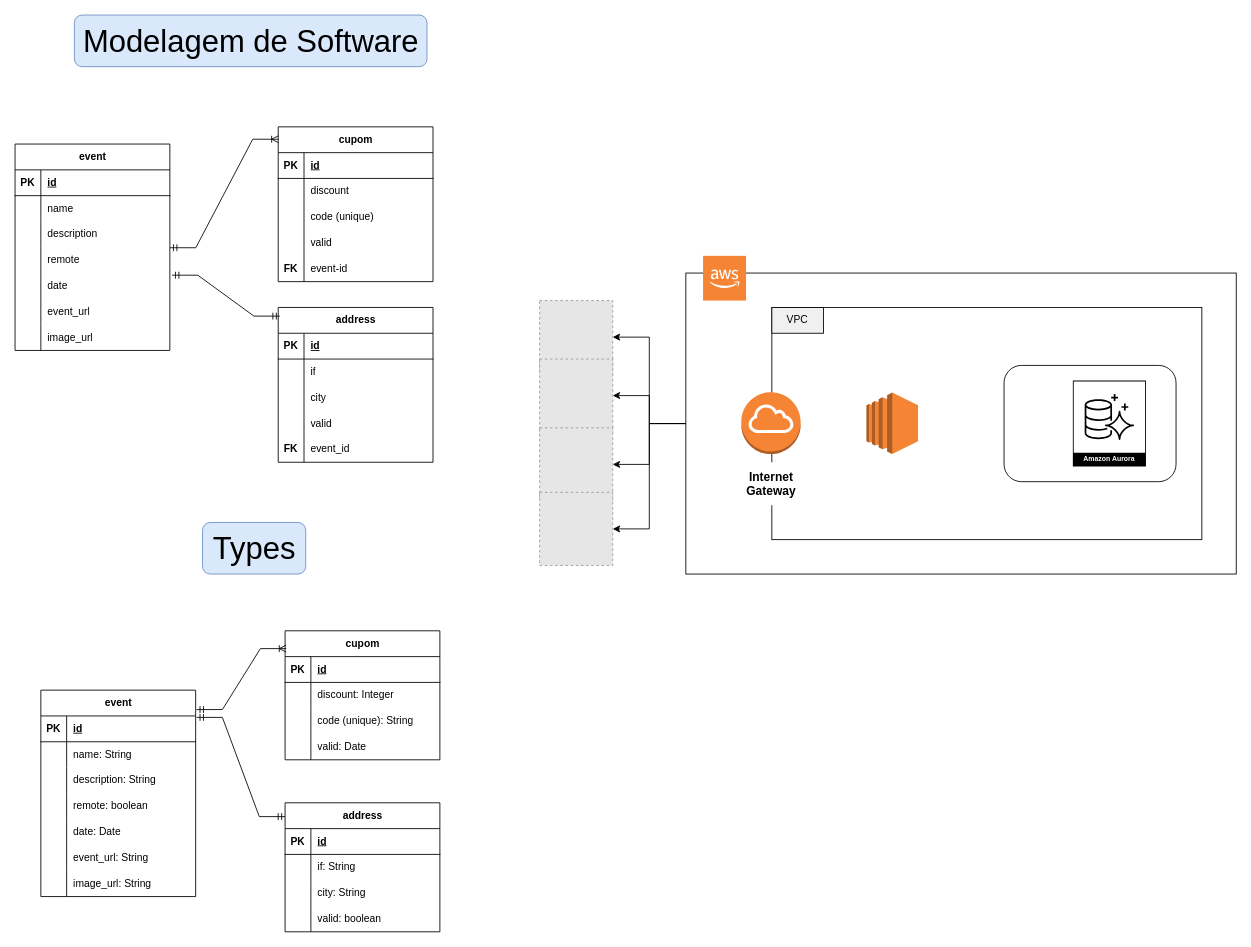
Before: event.drawio in PabloJesusdaSilva/api, a draw.io diagram. Source tidied: cells renumbered, new cells numbered last; positions are measured from the earlier drawing's top-left corner, leaving out a move shared by most shapes. Both pictures are drawn from the tidied source at 86%, with x=0, y=0 at pixel (15, 15). Pictures stored in the file or linked from it are replaced by grey dashed boxes.
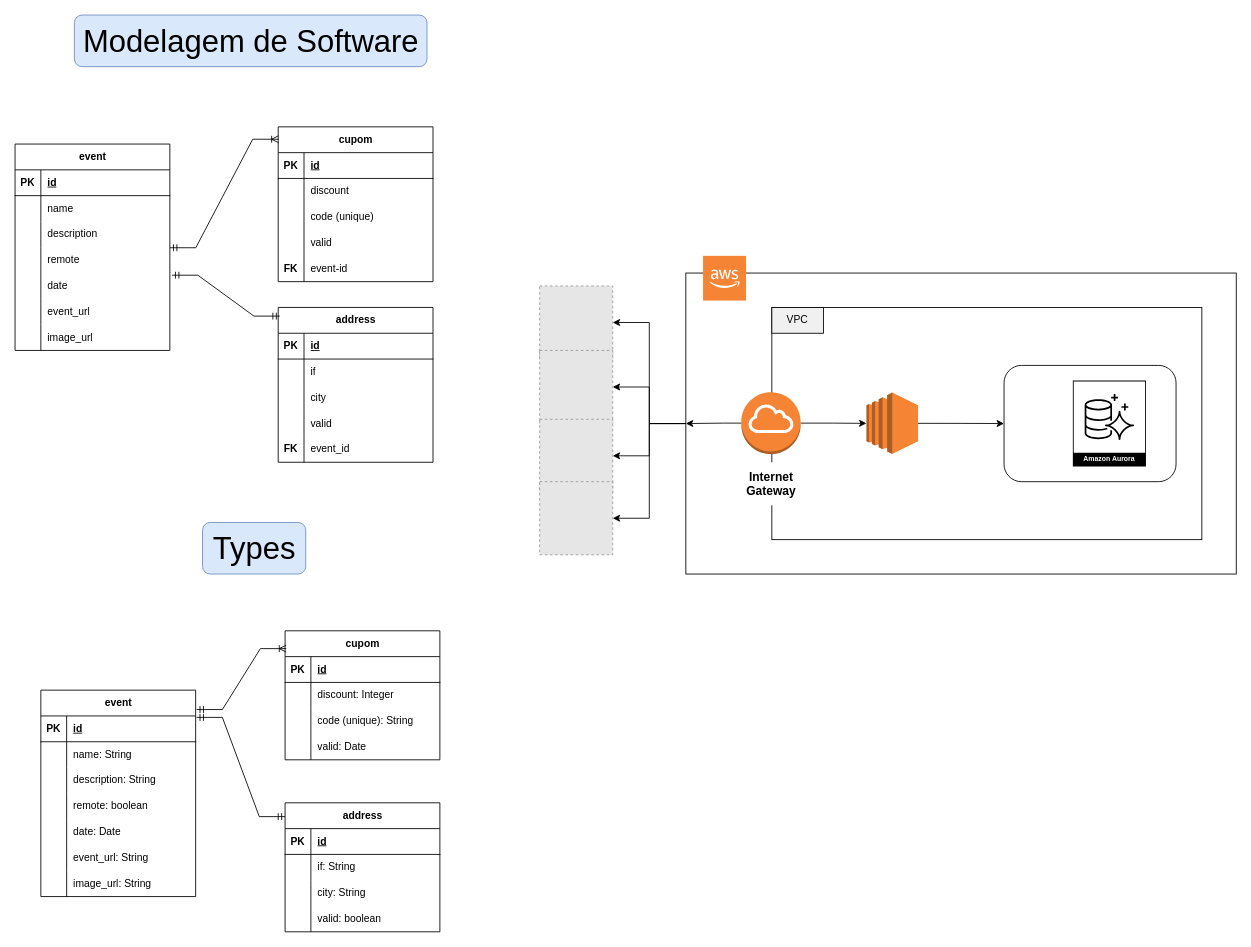
The same diagram, later.

The change refers to these unchanged cells:
```xml
<mxCell id="114" style="rounded=0;whiteSpace=wrap;html=1;fillColor=none;" parent="1" vertex="1">
  <mxGeometry x="780" y="300" width="640" height="350" as="geometry" />
</mxCell>
<mxCell id="117" style="outlineConnect=0;dashed=0;verticalLabelPosition=bottom;verticalAlign=top;align=center;html=1;shape=mxgraph.aws3.ec2;fillColor=#F58534;gradientColor=none;" parent="1" vertex="1">
  <mxGeometry x="990" y="439" width="60" height="71.5" as="geometry" />
</mxCell>
<mxCell id="118" style="rounded=1;whiteSpace=wrap;html=1;fillColor=none;" parent="1" vertex="1">
  <mxGeometry x="1150" y="407.4" width="200" height="135.2" as="geometry" />
</mxCell>
<mxCell id="119" style="outlineConnect=0;dashed=0;verticalLabelPosition=bottom;verticalAlign=top;align=center;html=1;shape=mxgraph.aws3.internet_gateway;fillColor=#F58534;gradientColor=none;" parent="1" vertex="1">
  <mxGeometry x="844.5" y="438.5" width="69" height="72" as="geometry" />
</mxCell>
```

Diff of the diagram source:
```diff
@@
+    <mxCell id="127" style="edgeStyle=orthogonalEdgeStyle;rounded=0;jettySize=auto;html=1;exitX=1;exitY=0.5;exitDx=0;exitDy=0;exitPerimeter=0;entryX=0;entryY=0.5;entryDx=0;entryDy=0;" parent="1" edge="1" source="117" target="118">
+      <mxGeometry relative="1" as="geometry" />
+    </mxCell>
@@
+    <mxCell id="128" style="edgeStyle=orthogonalEdgeStyle;rounded=0;jettySize=auto;html=1;exitX=1;exitY=0.5;exitDx=0;exitDy=0;exitPerimeter=0;" parent="1" edge="1" source="119" target="117">
+      <mxGeometry relative="1" as="geometry" />
+    </mxCell>
@@
     <mxCell id="121" style="fillColor=#E6E6E6;strokeColor=#999999;dashed=1;html=1;verticalAlign=top;verticalLabelPosition=bottom;labelBackgroundColor=#ffffff;" parent="1" vertex="1">
-      <mxGeometry x="610" y="332" width="85" height="85" as="geometry" />
+      <mxGeometry x="610" y="315" width="85" height="85" as="geometry" />
     </mxCell>
     <mxCell id="122" style="fillColor=#E6E6E6;strokeColor=#999999;dashed=1;html=1;verticalAlign=top;verticalLabelPosition=bottom;labelBackgroundColor=#ffffff;" parent="1" vertex="1">
-      <mxGeometry x="610" y="400" width="85" height="85" as="geometry" />
+      <mxGeometry x="610" y="390" width="85" height="85" as="geometry" />
     </mxCell>
     <mxCell id="123" style="fillColor=#E6E6E6;strokeColor=#999999;dashed=1;html=1;verticalAlign=top;verticalLabelPosition=bottom;labelBackgroundColor=#ffffff;" parent="1" vertex="1">
-      <mxGeometry x="610" y="480" width="85" height="85" as="geometry" />
+      <mxGeometry x="610" y="470" width="85" height="85" as="geometry" />
     </mxCell>
     <mxCell id="124" style="fillColor=#E6E6E6;strokeColor=#999999;dashed=1;html=1;verticalAlign=top;verticalLabelPosition=bottom;labelBackgroundColor=#ffffff;" parent="1" vertex="1">
-      <mxGeometry x="610" y="555" width="85" height="85" as="geometry" />
+      <mxGeometry x="610" y="542.6" width="85" height="85" as="geometry" />
     </mxCell>
@@
+    <mxCell id="129" style="edgeStyle=orthogonalEdgeStyle;rounded=0;jettySize=auto;html=1;exitX=0;exitY=0.5;exitDx=0;exitDy=0;exitPerimeter=0;entryX=0;entryY=0.5;entryDx=0;entryDy=0;" parent="1" edge="1" source="119" target="114">
+      <mxGeometry relative="1" as="geometry">
+        <Array as="points">
+          <mxPoint x="824" y="475" />
+          <mxPoint x="934" y="475" />
+        </Array>
+      </mxGeometry>
+    </mxCell>
```
